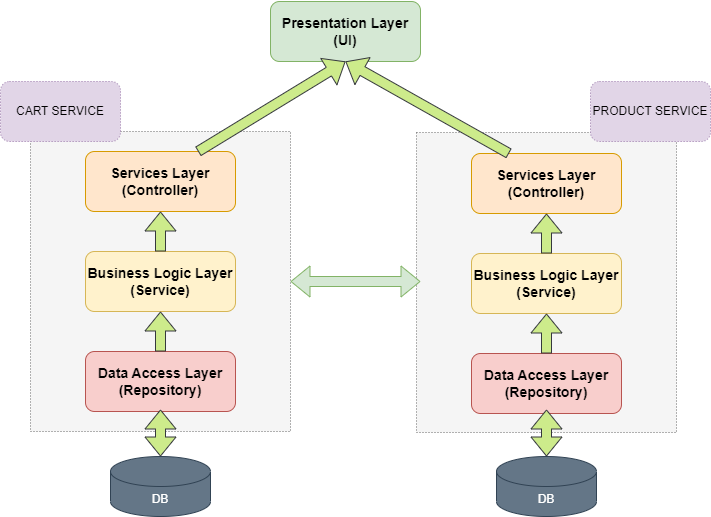
Earlier version of the draw.io export Docs/microservice example.png (ETomi24/Webshop-backend). Source tidied: cells renumbered, new cells last; positions are measured from the earlier drawing's top-left corner, leaving out a move shared by most shapes.
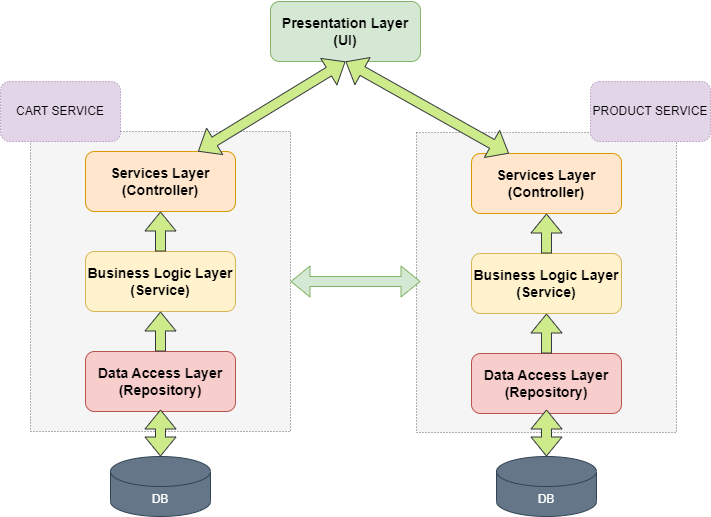
After the change.

Diff of the diagram source:
```diff
@@ -62,7 +62,7 @@
         <mxPoint x="546" y="252" as="sourcePoint" />
       </mxGeometry>
     </mxCell>
-    <mxCell id="20" style="shape=flexArrow;endArrow=classic;html=1;rounded=0;fillColor=#cdeb8b;strokeColor=#36393d;exitX=0.25;exitY=0;exitDx=0;exitDy=0;entryX=0.5;entryY=1;entryDx=0;entryDy=0;" parent="1" edge="1" source="18" target="8">
+    <mxCell id="20" style="shape=flexArrow;endArrow=classic;html=1;rounded=0;fillColor=#cdeb8b;strokeColor=#36393d;exitX=0.25;exitY=0;exitDx=0;exitDy=0;entryX=0.5;entryY=1;entryDx=0;entryDy=0;startArrow=block;" parent="1" edge="1" source="18" target="8">
       <mxGeometry relative="1" as="geometry" />
     </mxCell>
     <mxCell id="21" value="PRODUCT SERVICE" style="rounded=1;whiteSpace=wrap;html=1;dashed=1;dashPattern=1 2;labelBackgroundColor=none;strokeWidth=1;fillColor=#e1d5e7;strokeColor=#9673a6;" parent="1" vertex="1">
@@ -71,7 +71,7 @@
     <mxCell id="22" value="CART SERVICE" style="rounded=1;whiteSpace=wrap;html=1;dashed=1;dashPattern=1 2;labelBackgroundColor=none;strokeWidth=1;fillColor=#e1d5e7;strokeColor=#9673a6;" parent="1" vertex="1">
       <mxGeometry y="80" width="120" height="60" as="geometry" />
     </mxCell>
-    <mxCell id="23" style="shape=flexArrow;endArrow=classic;html=1;rounded=0;fillColor=#cdeb8b;strokeColor=#36393d;exitX=0.75;exitY=0;exitDx=0;exitDy=0;entryX=0.5;entryY=1;entryDx=0;entryDy=0;" parent="1" edge="1" source="6" target="8">
+    <mxCell id="23" style="shape=flexArrow;endArrow=classic;html=1;rounded=0;fillColor=#cdeb8b;strokeColor=#36393d;exitX=0.75;exitY=0;exitDx=0;exitDy=0;entryX=0.5;entryY=1;entryDx=0;entryDy=0;startArrow=block;" parent="1" edge="1" source="6" target="8">
       <mxGeometry relative="1" as="geometry" />
     </mxCell>
     <mxCell id="24" value="DB" style="shape=cylinder3;whiteSpace=wrap;html=1;boundedLbl=1;backgroundOutline=1;size=15;fillColor=#647687;fontColor=#ffffff;strokeColor=#314354;" parent="1" vertex="1">
```
